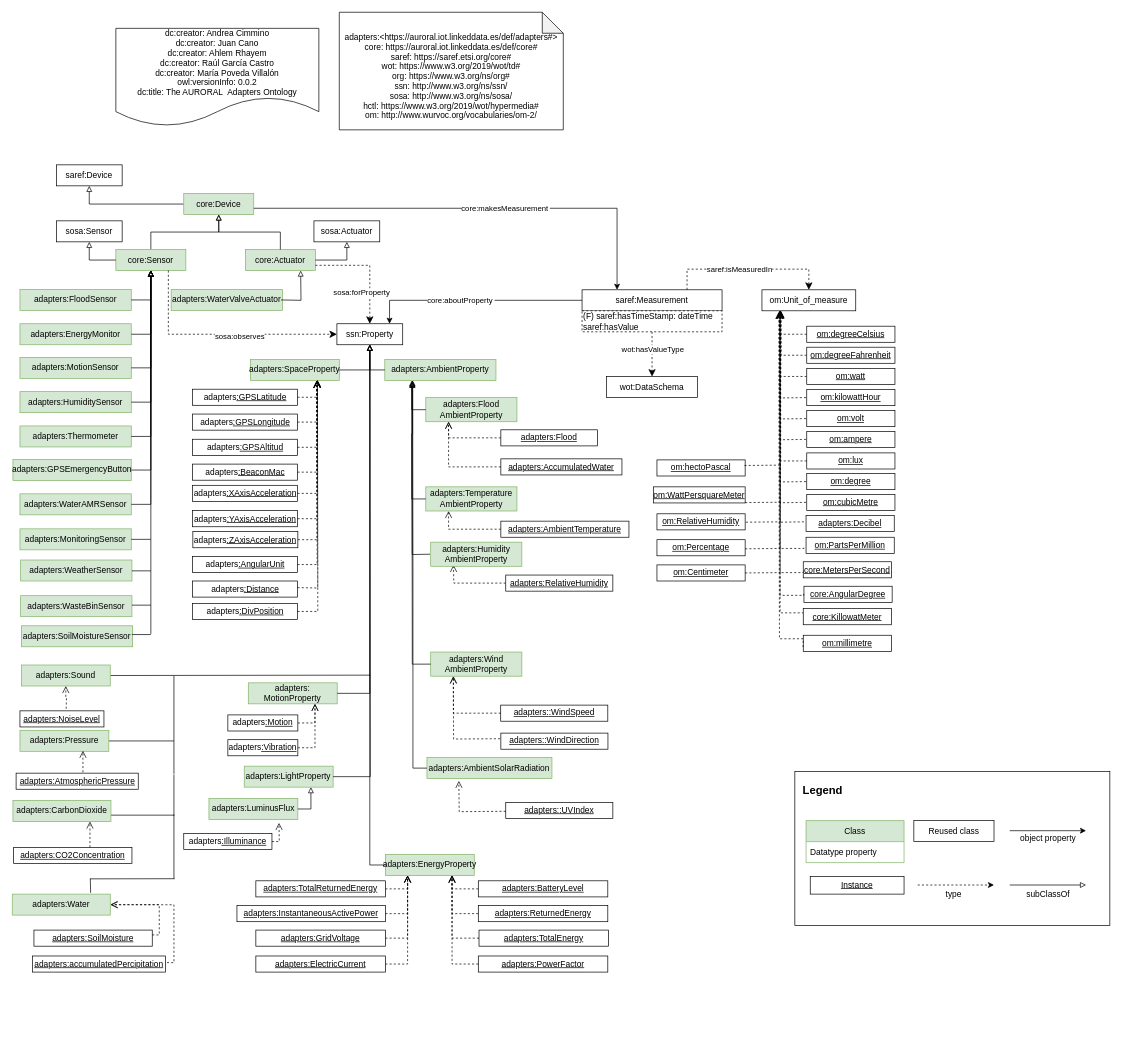
The draw.io diagram page "V2" (1 of 2) of Diagrams/adapters.drawio in oeg-upm/auroral-adapters-ontology, before the edit. Source tidied: cells renumbered, new cells numbered last; positions are measured from the earlier drawing's top-left corner, leaving out a move shared by most shapes. Both pictures are drawn from the tidied source at 70%, with x=0, y=0 at pixel (12, 12).
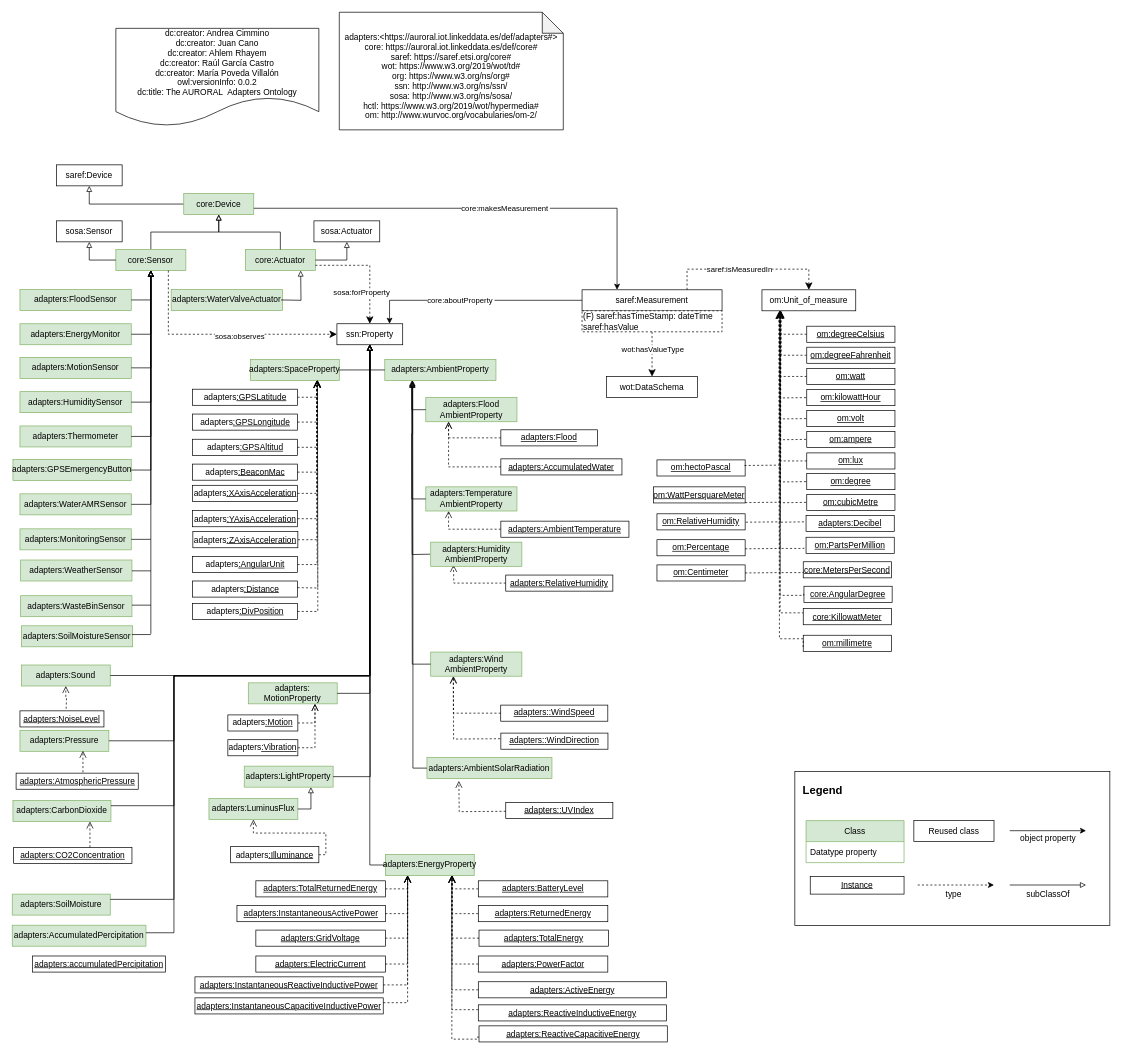
The same diagram, later.

Unchanged cells that the change refers to:
```xml
<mxCell id="27" value="ssn:Property" style="rounded=0;whiteSpace=wrap;html=1;points=[[0.1,0],[0.2,0],[0.3,0],[0.4,0],[0.5,0],[0.6,0],[0.7,0],[0.8,0],[0.9,0],[0,0.1],[0,0.3],[0,0.5],[0,0.7],[0,0.9],[0.1,1],[0.2,1],[0.3,1],[0.4,1],[0.5,1],[0.6,1],[0.7,1],[0.8,1],[0.9,1],[1,0.1],[1,0.3],[1,0.5],[1,0.7],[1,0.9]];" parent="1" vertex="1">
  <mxGeometry x="463.8" y="445" width="94" height="30" as="geometry" />
</mxCell>
<mxCell id="49" value="adapters:EnergyProperty" style="rounded=0;whiteSpace=wrap;html=1;fillColor=#d5e8d4;strokeColor=#82b366;" parent="1" vertex="1">
  <mxGeometry x="533" y="1203.2" width="127" height="30" as="geometry" />
</mxCell>
<mxCell id="95" value="adapters:LuminusFlux" style="rounded=0;whiteSpace=wrap;html=1;fillColor=#d5e8d4;strokeColor=#82b366;" parent="1" vertex="1">
  <mxGeometry x="281" y="1123.2" width="127" height="30" as="geometry" />
</mxCell>
<mxCell id="146" value="adapters:Sound" style="rounded=0;whiteSpace=wrap;html=1;fillColor=#d5e8d4;strokeColor=#82b366;" parent="1" vertex="1">
  <mxGeometry x="13" y="932.5" width="127" height="30" as="geometry" />
</mxCell>
<mxCell id="150" value="adapters:Pressure" style="rounded=0;whiteSpace=wrap;html=1;fillColor=#d5e8d4;strokeColor=#82b366;" parent="1" vertex="1">
  <mxGeometry x="11" y="1025.8" width="127" height="30" as="geometry" />
</mxCell>
<mxCell id="153" value="adapters:CarbonDioxide" style="rounded=0;whiteSpace=wrap;html=1;fillColor=#d5e8d4;strokeColor=#82b366;" parent="1" vertex="1">
  <mxGeometry x="1" y="1126" width="140" height="30" as="geometry" />
</mxCell>
```

What changed in the source:
```diff
@@
-    <mxCell id="96" style="endArrow=open;html=1;fontColor=#000099;endFill=0;dashed=1;endSize=8;edgeStyle=orthogonalEdgeStyle;arcSize=0;exitX=1;exitY=0.5;exitDx=0;exitDy=0;" parent="1" edge="1" source="98">
-      <mxGeometry relative="1" as="geometry">
-        <mxPoint x="381" y="1158" as="targetPoint" />
-      </mxGeometry>
+    <mxCell id="96" style="endArrow=open;html=1;fontColor=#000099;endFill=0;dashed=1;endSize=8;edgeStyle=orthogonalEdgeStyle;arcSize=0;exitX=1;exitY=0.5;exitDx=0;exitDy=0;" parent="1" edge="1" source="98" target="95">
+      <mxGeometry relative="1" as="geometry" />
     </mxCell>
@@
     <mxCell id="98" value="adapters&lt;u&gt;:Illuminance&lt;/u&gt;" style="rounded=0;whiteSpace=wrap;html=1;snapToPoint=1;points=[[0.1,0],[0.2,0],[0.3,0],[0.4,0],[0.5,0],[0.6,0],[0.7,0],[0.8,0],[0.9,0],[0,0.1],[0,0.3],[0,0.5],[0,0.7],[0,0.9],[0.1,1],[0.2,1],[0.3,1],[0.4,1],[0.5,1],[0.6,1],[0.7,1],[0.8,1],[0.9,1],[1,0.1],[1,0.3],[1,0.5],[1,0.7],[1,0.9]];" parent="1" vertex="1">
-      <mxGeometry x="245" y="1173.2" width="126" height="23" as="geometry" />
+      <mxGeometry x="312" y="1192" width="126" height="23" as="geometry" />
     </mxCell>
@@
-    <mxCell id="145" style="endArrow=none;html=1;rounded=0;exitX=1;exitY=0.5;exitDx=0;exitDy=0;" parent="1" edge="1" source="146">
-      <mxGeometry relative="1" as="geometry">
-        <mxPoint x="512" y="947" as="targetPoint" />
-      </mxGeometry>
-    </mxCell>
@@
-    <mxCell id="148" style="endArrow=none;html=1;rounded=0;" parent="1" edge="1">
-      <mxGeometry relative="1" as="geometry">
-        <mxPoint x="231" y="1088" as="sourcePoint" />
-        <mxPoint x="231" y="948" as="targetPoint" />
-      </mxGeometry>
-    </mxCell>
-    <mxCell id="149" style="endArrow=none;html=1;rounded=0;" parent="1" edge="1">
-      <mxGeometry relative="1" as="geometry">
-        <mxPoint x="131" y="1041" as="sourcePoint" />
-        <mxPoint x="231" y="1041" as="targetPoint" />
-      </mxGeometry>
-    </mxCell>
@@
-    <mxCell id="151" style="endArrow=none;html=1;rounded=0;" parent="1" edge="1">
-      <mxGeometry relative="1" as="geometry">
-        <mxPoint x="231" y="1148" as="sourcePoint" />
-        <mxPoint x="231" y="1088.8" as="targetPoint" />
-      </mxGeometry>
-    </mxCell>
-    <mxCell id="152" style="endArrow=none;html=1;rounded=0;" parent="1" edge="1">
-      <mxGeometry relative="1" as="geometry">
-        <mxPoint x="121" y="1147" as="sourcePoint" />
-        <mxPoint x="231" y="1147" as="targetPoint" />
-      </mxGeometry>
-    </mxCell>
@@
-    <mxCell id="199" style="endArrow=none;html=1;rounded=0;" parent="1" edge="1">
-      <mxGeometry relative="1" as="geometry">
-        <mxPoint x="231" y="1238" as="sourcePoint" />
-        <mxPoint x="231" y="1146.2" as="targetPoint" />
-      </mxGeometry>
-    </mxCell>
-    <mxCell id="200" value="adapters:Water" style="rounded=0;whiteSpace=wrap;html=1;fillColor=#d5e8d4;strokeColor=#82b366;" parent="1" vertex="1">
+    <mxCell id="200" value="adapters:SoilMoisture" style="rounded=0;whiteSpace=wrap;html=1;fillColor=#d5e8d4;strokeColor=#82b366;" parent="1" vertex="1">
       <mxGeometry y="1259.8" width="140" height="30" as="geometry" />
     </mxCell>
-    <mxCell id="201" value="&lt;u&gt;adapters:SoilMoisture&lt;/u&gt;" style="rounded=0;whiteSpace=wrap;html=1;snapToPoint=1;points=[[0.1,0],[0.2,0],[0.3,0],[0.4,0],[0.5,0],[0.6,0],[0.7,0],[0.8,0],[0.9,0],[0,0.1],[0,0.3],[0,0.5],[0,0.7],[0,0.9],[0.1,1],[0.2,1],[0.3,1],[0.4,1],[0.5,1],[0.6,1],[0.7,1],[0.8,1],[0.9,1],[1,0.1],[1,0.3],[1,0.5],[1,0.7],[1,0.9]];" parent="1" vertex="1">
-      <mxGeometry x="31" y="1311.2" width="169" height="23" as="geometry" />
-    </mxCell>
@@
-    <mxCell id="203" style="endArrow=open;html=1;fontColor=#000099;endFill=0;dashed=1;endSize=8;edgeStyle=orthogonalEdgeStyle;arcSize=0;entryX=1;entryY=0.5;entryDx=0;entryDy=0;exitX=1;exitY=0.3;exitDx=0;exitDy=0;" parent="1" edge="1" source="201" target="200">
-      <mxGeometry relative="1" as="geometry">
-        <Array as="points">
-          <mxPoint x="210" y="1318" />
-          <mxPoint x="210" y="1275" />
-        </Array>
-      </mxGeometry>
-    </mxCell>
-    <mxCell id="204" style="endArrow=open;html=1;fontColor=#000099;endFill=0;dashed=1;endSize=8;edgeStyle=orthogonalEdgeStyle;arcSize=0;exitX=1;exitY=0.3;exitDx=0;exitDy=0;" parent="1" edge="1">
-      <mxGeometry relative="1" as="geometry">
-        <mxPoint x="221" y="1357.7" as="sourcePoint" />
-        <mxPoint x="141" y="1275" as="targetPoint" />
-        <Array as="points">
-          <mxPoint x="231" y="1358" />
-          <mxPoint x="231" y="1275" />
-          <mxPoint x="141" y="1275" />
-        </Array>
-      </mxGeometry>
-    </mxCell>
-    <mxCell id="205" style="endArrow=none;html=1;rounded=0;" parent="1" edge="1">
-      <mxGeometry relative="1" as="geometry">
-        <mxPoint x="111" y="1238" as="sourcePoint" />
-        <mxPoint x="232" y="1237.8" as="targetPoint" />
-      </mxGeometry>
-    </mxCell>
-    <mxCell id="206" style="endArrow=none;html=1;rounded=0;" parent="1" edge="1">
-      <mxGeometry relative="1" as="geometry">
-        <mxPoint x="112" y="1258" as="sourcePoint" />
-        <mxPoint x="111.5" y="1237.8" as="targetPoint" />
-      </mxGeometry>
-    </mxCell>
+    <mxCell id="207" value="&lt;u&gt;adapters:InstantaneousReactiveInductivePower&lt;/u&gt;" style="rounded=0;whiteSpace=wrap;html=1;snapToPoint=1;points=[[0.1,0],[0.2,0],[0.3,0],[0.4,0],[0.5,0],[0.6,0],[0.7,0],[0.8,0],[0.9,0],[0,0.1],[0,0.3],[0,0.5],[0,0.7],[0,0.9],[0.1,1],[0.2,1],[0.3,1],[0.4,1],[0.5,1],[0.6,1],[0.7,1],[0.8,1],[0.9,1],[1,0.1],[1,0.3],[1,0.5],[1,0.7],[1,0.9]];" parent="1" vertex="1">
+      <mxGeometry x="261" y="1378" width="269" height="23" as="geometry" />
+    </mxCell>
+    <mxCell id="208" value="&lt;u&gt;adapters:InstantaneousCapacitiveInductivePower&lt;/u&gt;" style="rounded=0;whiteSpace=wrap;html=1;snapToPoint=1;points=[[0.1,0],[0.2,0],[0.3,0],[0.4,0],[0.5,0],[0.6,0],[0.7,0],[0.8,0],[0.9,0],[0,0.1],[0,0.3],[0,0.5],[0,0.7],[0,0.9],[0.1,1],[0.2,1],[0.3,1],[0.4,1],[0.5,1],[0.6,1],[0.7,1],[0.8,1],[0.9,1],[1,0.1],[1,0.3],[1,0.5],[1,0.7],[1,0.9]];" parent="1" vertex="1">
+      <mxGeometry x="261" y="1408" width="269" height="23" as="geometry" />
+    </mxCell>
+    <mxCell id="209" value="&lt;u&gt;adapters:ActiveEnergy&lt;/u&gt;" style="rounded=0;whiteSpace=wrap;html=1;snapToPoint=1;points=[[0.1,0],[0.2,0],[0.3,0],[0.4,0],[0.5,0],[0.6,0],[0.7,0],[0.8,0],[0.9,0],[0,0.1],[0,0.3],[0,0.5],[0,0.7],[0,0.9],[0.1,1],[0.2,1],[0.3,1],[0.4,1],[0.5,1],[0.6,1],[0.7,1],[0.8,1],[0.9,1],[1,0.1],[1,0.3],[1,0.5],[1,0.7],[1,0.9]];" parent="1" vertex="1">
+      <mxGeometry x="665.8" y="1385" width="269" height="23" as="geometry" />
+    </mxCell>
+    <mxCell id="210" value="&lt;u&gt;adapters:ReactiveInductiveEnergy&lt;/u&gt;" style="rounded=0;whiteSpace=wrap;html=1;snapToPoint=1;points=[[0.1,0],[0.2,0],[0.3,0],[0.4,0],[0.5,0],[0.6,0],[0.7,0],[0.8,0],[0.9,0],[0,0.1],[0,0.3],[0,0.5],[0,0.7],[0,0.9],[0.1,1],[0.2,1],[0.3,1],[0.4,1],[0.5,1],[0.6,1],[0.7,1],[0.8,1],[0.9,1],[1,0.1],[1,0.3],[1,0.5],[1,0.7],[1,0.9]];" parent="1" vertex="1">
+      <mxGeometry x="665.8" y="1418" width="269" height="23" as="geometry" />
+    </mxCell>
+    <mxCell id="211" value="&lt;u&gt;adapters:ReactiveCapacitiveEnergy&lt;/u&gt;" style="rounded=0;whiteSpace=wrap;html=1;snapToPoint=1;points=[[0.1,0],[0.2,0],[0.3,0],[0.4,0],[0.5,0],[0.6,0],[0.7,0],[0.8,0],[0.9,0],[0,0.1],[0,0.3],[0,0.5],[0,0.7],[0,0.9],[0.1,1],[0.2,1],[0.3,1],[0.4,1],[0.5,1],[0.6,1],[0.7,1],[0.8,1],[0.9,1],[1,0.1],[1,0.3],[1,0.5],[1,0.7],[1,0.9]];" parent="1" vertex="1">
+      <mxGeometry x="666.8" y="1448" width="269" height="23" as="geometry" />
+    </mxCell>
+    <mxCell id="212" style="endArrow=open;html=1;fontColor=#000099;endFill=0;dashed=1;endSize=8;edgeStyle=orthogonalEdgeStyle;arcSize=0;exitX=0;exitY=0.5;exitDx=0;exitDy=0;" parent="1" edge="1" source="209" target="49">
+      <mxGeometry relative="1" as="geometry">
+        <Array as="points">
+          <mxPoint x="628" y="1397" />
+        </Array>
+      </mxGeometry>
+    </mxCell>
+    <mxCell id="213" style="endArrow=open;html=1;fontColor=#000099;endFill=0;dashed=1;endSize=8;edgeStyle=orthogonalEdgeStyle;arcSize=0;exitX=0;exitY=0.3;exitDx=0;exitDy=0;" parent="1" edge="1" source="210" target="49">
+      <mxGeometry relative="1" as="geometry">
+        <Array as="points">
+          <mxPoint x="628" y="1425" />
+        </Array>
+      </mxGeometry>
+    </mxCell>
+    <mxCell id="214" style="endArrow=open;html=1;fontColor=#000099;endFill=0;dashed=1;endSize=8;edgeStyle=orthogonalEdgeStyle;arcSize=0;exitX=0;exitY=0.7;exitDx=0;exitDy=0;" parent="1" edge="1" source="211" target="49">
+      <mxGeometry relative="1" as="geometry">
+        <Array as="points">
+          <mxPoint x="664" y="1464" />
+          <mxPoint x="664" y="1467" />
+          <mxPoint x="628" y="1467" />
+        </Array>
+      </mxGeometry>
+    </mxCell>
+    <mxCell id="215" style="endArrow=open;html=1;fontColor=#000099;endFill=0;dashed=1;endSize=8;exitX=1;exitY=0.5;exitDx=0;exitDy=0;edgeStyle=orthogonalEdgeStyle;arcSize=0;entryX=0.25;entryY=1;entryDx=0;entryDy=0;" parent="1" edge="1" source="207" target="49">
+      <mxGeometry relative="1" as="geometry" />
+    </mxCell>
+    <mxCell id="216" style="endArrow=open;html=1;fontColor=#000099;endFill=0;dashed=1;endSize=8;exitX=1;exitY=0.3;exitDx=0;exitDy=0;edgeStyle=orthogonalEdgeStyle;arcSize=0;entryX=0.25;entryY=1;entryDx=0;entryDy=0;" parent="1" edge="1" source="208" target="49">
+      <mxGeometry relative="1" as="geometry" />
+    </mxCell>
+    <mxCell id="217" value="adapters:AccumulatedPercipitation" style="rounded=0;whiteSpace=wrap;html=1;fillColor=#d5e8d4;strokeColor=#82b366;" parent="1" vertex="1">
+      <mxGeometry y="1304.2" width="191" height="30" as="geometry" />
+    </mxCell>
+    <mxCell id="218" style="edgeStyle=orthogonalEdgeStyle;rounded=0;jettySize=auto;html=1;fontSize=11;endArrow=block;endFill=0;exitX=1;exitY=0.5;exitDx=0;exitDy=0;entryX=0.5;entryY=1;entryDx=0;entryDy=0;" parent="1" edge="1" source="146" target="27">
+      <mxGeometry relative="1" as="geometry">
+        <Array as="points">
+          <mxPoint x="511" y="948" />
+        </Array>
+      </mxGeometry>
+    </mxCell>
+    <mxCell id="219" style="edgeStyle=orthogonalEdgeStyle;rounded=0;jettySize=auto;html=1;fontSize=11;endArrow=block;endFill=0;exitX=1;exitY=0.5;exitDx=0;exitDy=0;entryX=0.5;entryY=1;entryDx=0;entryDy=0;" parent="1" edge="1" source="150" target="27">
+      <mxGeometry relative="1" as="geometry">
+        <Array as="points">
+          <mxPoint x="231" y="1041" />
+          <mxPoint x="231" y="948" />
+          <mxPoint x="511" y="948" />
+        </Array>
+      </mxGeometry>
+    </mxCell>
+    <mxCell id="220" style="edgeStyle=orthogonalEdgeStyle;rounded=0;jettySize=auto;html=1;fontSize=11;endArrow=block;endFill=0;exitX=1;exitY=0.25;exitDx=0;exitDy=0;entryX=0.5;entryY=1;entryDx=0;entryDy=0;" parent="1" edge="1" source="153" target="27">
+      <mxGeometry relative="1" as="geometry">
+        <Array as="points">
+          <mxPoint x="231" y="1134" />
+          <mxPoint x="231" y="948" />
+          <mxPoint x="511" y="948" />
+        </Array>
+      </mxGeometry>
+    </mxCell>
+    <mxCell id="221" style="edgeStyle=orthogonalEdgeStyle;rounded=0;jettySize=auto;html=1;fontSize=11;endArrow=block;endFill=0;exitX=1;exitY=0.25;exitDx=0;exitDy=0;entryX=0.5;entryY=1;entryDx=0;entryDy=0;" parent="1" edge="1" source="200" target="27">
+      <mxGeometry relative="1" as="geometry">
+        <Array as="points">
+          <mxPoint x="231" y="1267" />
+          <mxPoint x="231" y="948" />
+          <mxPoint x="511" y="948" />
+        </Array>
+      </mxGeometry>
+    </mxCell>
+    <mxCell id="222" style="edgeStyle=orthogonalEdgeStyle;rounded=0;jettySize=auto;html=1;fontSize=11;endArrow=block;endFill=0;" parent="1" edge="1" source="217">
+      <mxGeometry relative="1" as="geometry">
+        <mxPoint x="511" y="475" as="targetPoint" />
+        <Array as="points">
+          <mxPoint x="231" y="1315" />
+          <mxPoint x="231" y="948" />
+          <mxPoint x="511" y="948" />
+          <mxPoint x="511" y="475" />
+        </Array>
+      </mxGeometry>
+    </mxCell>
```
